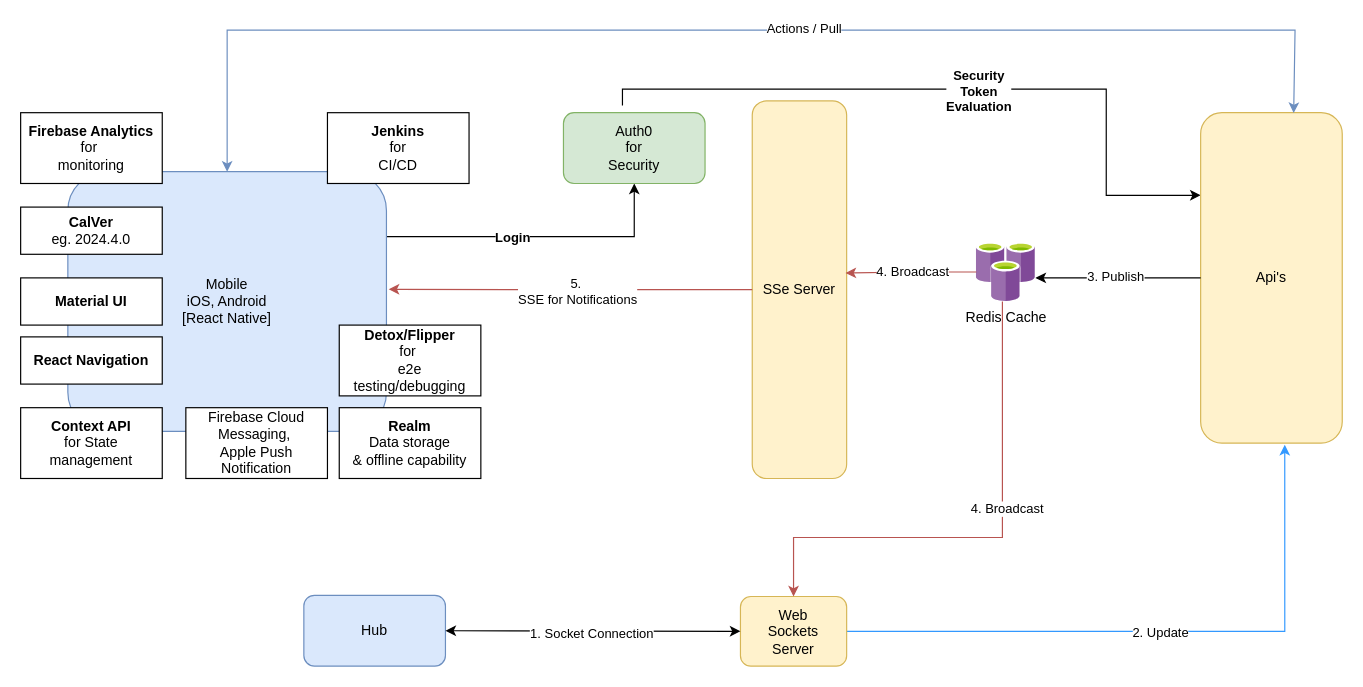
The draw.io diagram page "Mobile" (2 of 7) of diagrams/Untitled Diagram.drawio in nadusumilli/mobileArch, before the edit. Source tidied: cells renumbered, new cells numbered last; positions are measured from the earlier drawing's top-left corner, leaving out a move shared by most shapes. Both pictures are drawn from the tidied source at 118%, with x=0, y=0 at pixel (20, 30).
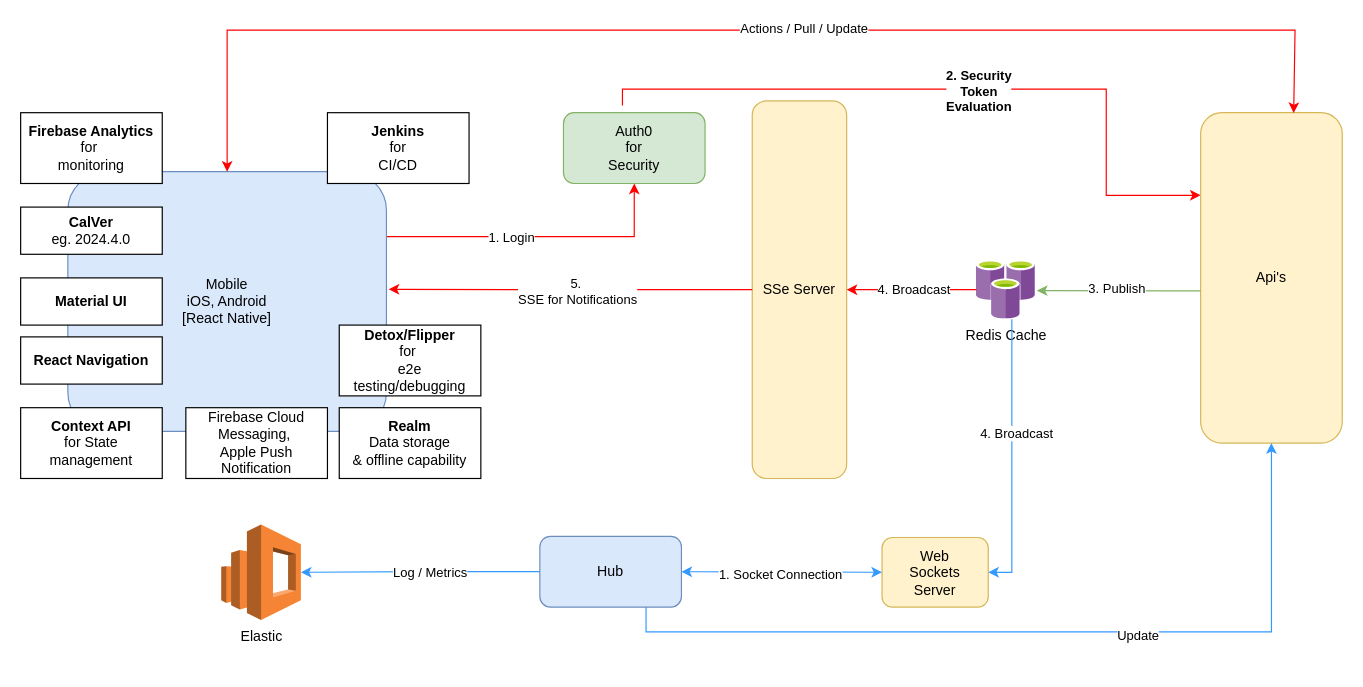
Above is the later version.

Unchanged cells that the change refers to:
```xml
<mxCell id="4" value="Mobile&lt;div&gt;iOS, Android&lt;br&gt;&lt;div&gt;[React Native]&lt;/div&gt;&lt;/div&gt;" style="rounded=1;whiteSpace=wrap;html=1;fillColor=#dae8fc;strokeColor=#6c8ebf;" parent="1" vertex="1">
  <mxGeometry x="40" y="120" width="270" height="220" as="geometry" />
</mxCell>
<mxCell id="8" value="SSe Server" style="rounded=1;whiteSpace=wrap;html=1;fillColor=#fff2cc;strokeColor=#d6b656;" parent="1" vertex="1">
  <mxGeometry x="620" y="60" width="80" height="320" as="geometry" />
</mxCell>
<mxCell id="15" value="Auth0&lt;div&gt;for&lt;/div&gt;&lt;div&gt;Security&lt;/div&gt;" style="rounded=1;whiteSpace=wrap;html=1;fillColor=#d5e8d4;strokeColor=#82b366;" parent="1" vertex="1">
  <mxGeometry x="460" y="70" width="120" height="60" as="geometry" />
</mxCell>
<mxCell id="21" value="Api's" style="rounded=1;whiteSpace=wrap;html=1;fillColor=#fff2cc;strokeColor=#d6b656;" parent="1" vertex="1">
  <mxGeometry x="1000" y="70" width="120" height="280" as="geometry" />
</mxCell>
```

What changed in the source:
```diff
@@
-    <mxCell id="2" style="edgeStyle=orthogonalEdgeStyle;rounded=0;jettySize=auto;html=1;exitX=1;exitY=0.25;exitDx=0;exitDy=0;entryX=0.5;entryY=1;entryDx=0;entryDy=0;" parent="1" edge="1" source="4" target="15">
+    <mxCell id="2" style="edgeStyle=orthogonalEdgeStyle;rounded=0;jettySize=auto;html=1;exitX=1;exitY=0.25;exitDx=0;exitDy=0;entryX=0.5;entryY=1;entryDx=0;entryDy=0;strokeColor=#FF0000;" parent="1" edge="1" source="4" target="15">
       <mxGeometry relative="1" as="geometry" />
     </mxCell>
-    <mxCell id="3" value="&lt;b&gt;Login&lt;/b&gt;" style="edgeLabel;html=1;align=center;verticalAlign=middle;" parent="2" vertex="1">
-      <mxGeometry x="-0.17" relative="1" as="geometry" />
+    <mxCell id="3" value="1. Login" style="edgeLabel;html=1;align=center;verticalAlign=middle;" parent="2" vertex="1">
+      <mxGeometry x="-0.17" relative="1" as="geometry">
+        <mxPoint x="-1" as="offset" />
+      </mxGeometry>
     </mxCell>
@@
-    <mxCell id="6" style="edgeStyle=orthogonalEdgeStyle;rounded=0;jettySize=auto;html=1;exitX=1;exitY=0.25;exitDx=0;exitDy=0;entryX=0;entryY=0.25;entryDx=0;entryDy=0;" parent="1" edge="1" target="21">
+    <mxCell id="6" style="edgeStyle=orthogonalEdgeStyle;rounded=0;jettySize=auto;html=1;exitX=1;exitY=0.25;exitDx=0;exitDy=0;entryX=0;entryY=0.25;entryDx=0;entryDy=0;strokeColor=#FF0000;" parent="1" edge="1" target="21">
       <mxGeometry relative="1" as="geometry">
         <mxPoint x="510" y="64" as="sourcePoint" />
         <Array as="points">
           <mxPoint x="510" y="50" />
           <mxPoint x="920" y="50" />
           <mxPoint x="920" y="140" />
         </Array>
       </mxGeometry>
     </mxCell>
-    <mxCell id="7" value="&lt;b&gt;Security&lt;/b&gt;&lt;div&gt;&lt;b&gt;Token&lt;/b&gt;&lt;/div&gt;&lt;div&gt;&lt;b&gt;Evaluation&lt;/b&gt;&lt;/div&gt;" style="edgeLabel;html=1;align=center;verticalAlign=middle;" parent="6" vertex="1">
+    <mxCell id="7" value="&lt;b&gt;2.&amp;nbsp;&lt;/b&gt;&lt;b&gt;Security&lt;/b&gt;&lt;div&gt;&lt;div&gt;&lt;b&gt;Token&lt;/b&gt;&lt;/div&gt;&lt;div&gt;&lt;b&gt;Evaluation&lt;/b&gt;&lt;/div&gt;&lt;/div&gt;" style="edgeLabel;html=1;align=center;verticalAlign=middle;" parent="6" vertex="1">
       <mxGeometry x="0.06" y="-1" relative="1" as="geometry" />
     </mxCell>
@@
     <mxCell id="18" value="Redis Cache" style="image;sketch=0;html=1;points=[];align=center;fontSize=12;image=img/lib/mscae/Azure_Cache_for_Redis.svg;" parent="1" vertex="1">
-      <mxGeometry x="810" y="180" width="50" height="50" as="geometry" />
+      <mxGeometry x="810" y="195" width="50" height="50" as="geometry" />
     </mxCell>
-    <mxCell id="19" style="edgeStyle=orthogonalEdgeStyle;rounded=0;jettySize=auto;html=1;entryX=0.988;entryY=0.456;entryDx=0;entryDy=0;entryPerimeter=0;fillColor=#f8cecc;strokeColor=#b85450;" parent="1" edge="1" source="18" target="8">
+    <mxCell id="19" style="edgeStyle=orthogonalEdgeStyle;rounded=0;jettySize=auto;html=1;entryX=1;entryY=0.5;entryDx=0;entryDy=0;fillColor=#f8cecc;strokeColor=#FF0000;" parent="1" edge="1" source="18" target="8">
       <mxGeometry relative="1" as="geometry" />
     </mxCell>
@@
-    <mxCell id="22" style="edgeStyle=orthogonalEdgeStyle;rounded=0;jettySize=auto;html=1;entryX=1;entryY=0.6;entryDx=0;entryDy=0;entryPerimeter=0;" parent="1" edge="1" source="21" target="18">
-      <mxGeometry relative="1" as="geometry" />
+    <mxCell id="22" style="edgeStyle=orthogonalEdgeStyle;rounded=0;jettySize=auto;html=1;entryX=1.025;entryY=0.516;entryDx=0;entryDy=0;entryPerimeter=0;fillColor=#d5e8d4;strokeColor=#82b366;" parent="1" edge="1" source="21" target="18">
+      <mxGeometry relative="1" as="geometry">
+        <Array as="points">
+          <mxPoint x="970" y="221" />
+          <mxPoint x="970" y="221" />
+        </Array>
+      </mxGeometry>
     </mxCell>
@@
-    <mxCell id="24" value="Hub" style="rounded=1;whiteSpace=wrap;html=1;fillColor=#dae8fc;strokeColor=#6c8ebf;" parent="1" vertex="1">
-      <mxGeometry x="240" y="479" width="120" height="60" as="geometry" />
-    </mxCell>
-    <mxCell id="25" style="edgeStyle=orthogonalEdgeStyle;rounded=0;jettySize=auto;html=1;exitX=1;exitY=0.5;exitDx=0;exitDy=0;entryX=0.594;entryY=1.005;entryDx=0;entryDy=0;strokeColor=#3399FF;entryPerimeter=0;" parent="1" edge="1" source="27" target="21">
-      <mxGeometry relative="1" as="geometry" />
-    </mxCell>
-    <mxCell id="26" value="2. Update" style="edgeLabel;html=1;align=center;verticalAlign=middle;" parent="25" vertex="1">
-      <mxGeometry relative="1" as="geometry">
-        <mxPoint y="1" as="offset" />
-      </mxGeometry>
-    </mxCell>
-    <mxCell id="27" value="Web&lt;div&gt;Sockets&lt;/div&gt;&lt;div&gt;Server&lt;/div&gt;" style="rounded=1;whiteSpace=wrap;html=1;fillColor=#fff2cc;strokeColor=#d6b656;" parent="1" vertex="1">
-      <mxGeometry x="610" y="480" width="90" height="59" as="geometry" />
-    </mxCell>
-    <mxCell id="28" style="endArrow=classic;startArrow=classic;html=1;rounded=0;entryX=0;entryY=0.5;entryDx=0;entryDy=0;exitX=1;exitY=0.5;exitDx=0;exitDy=0;" parent="1" edge="1" source="24" target="27">
-      <mxGeometry relative="1" as="geometry" />
-    </mxCell>
-    <mxCell id="29" value="1. Socket Connection" style="edgeLabel;html=1;align=center;verticalAlign=middle;" parent="28" vertex="1">
-      <mxGeometry x="-0.01" y="-2" relative="1" as="geometry" />
-    </mxCell>
-    <mxCell id="30" style="edgeStyle=orthogonalEdgeStyle;rounded=0;jettySize=auto;html=1;strokeColor=#b85450;fillColor=#f8cecc;entryX=0.5;entryY=0;entryDx=0;entryDy=0;" parent="1" edge="1" source="18" target="27">
-      <mxGeometry relative="1" as="geometry">
-        <Array as="points">
-          <mxPoint x="832" y="430" />
-          <mxPoint x="655" y="430" />
-        </Array>
-      </mxGeometry>
-    </mxCell>
-    <mxCell id="31" value="4. Broadcast" style="edgeLabel;html=1;align=center;verticalAlign=middle;" parent="30" vertex="1">
-      <mxGeometry x="-0.18" y="3" relative="1" as="geometry" />
-    </mxCell>
-    <mxCell id="32" style="edgeStyle=orthogonalEdgeStyle;rounded=0;jettySize=auto;html=1;entryX=1.007;entryY=0.453;entryDx=0;entryDy=0;entryPerimeter=0;fillColor=#f8cecc;strokeColor=#b85450;" parent="1" edge="1" source="8" target="4">
+    <mxCell id="32" style="edgeStyle=orthogonalEdgeStyle;rounded=0;jettySize=auto;html=1;entryX=1.007;entryY=0.453;entryDx=0;entryDy=0;entryPerimeter=0;fillColor=#f8cecc;strokeColor=#FF0000;" parent="1" edge="1" source="8" target="4">
       <mxGeometry relative="1" as="geometry" />
     </mxCell>
@@
-    <mxCell id="34" style="endArrow=classic;startArrow=classic;html=1;rounded=0;entryX=0.657;entryY=0.001;entryDx=0;entryDy=0;exitX=0.5;exitY=0;exitDx=0;exitDy=0;entryPerimeter=0;fillColor=#dae8fc;strokeColor=#6c8ebf;" parent="1" edge="1" source="4" target="21">
+    <mxCell id="34" style="endArrow=classic;startArrow=classic;html=1;rounded=0;entryX=0.657;entryY=0.001;entryDx=0;entryDy=0;exitX=0.5;exitY=0;exitDx=0;exitDy=0;entryPerimeter=0;fillColor=#f8cecc;strokeColor=#FF0000;" parent="1" edge="1" source="4" target="21">
       <mxGeometry relative="1" as="geometry">
         <Array as="points">
           <mxPoint x="175" y="15" />
           <mxPoint x="175" />
           <mxPoint x="1080" />
         </Array>
       </mxGeometry>
     </mxCell>
-    <mxCell id="35" value="Actions / Pull" style="edgeLabel;html=1;align=center;verticalAlign=middle;" parent="34" vertex="1">
+    <mxCell id="35" value="Actions / Pull / Update" style="edgeLabel;html=1;align=center;verticalAlign=middle;" parent="34" vertex="1">
       <mxGeometry x="0.11" y="2" relative="1" as="geometry" />
     </mxCell>
+    <mxCell id="36" style="edgeStyle=orthogonalEdgeStyle;rounded=0;jettySize=auto;html=1;exitX=0.75;exitY=1;exitDx=0;exitDy=0;entryX=0.5;entryY=1;entryDx=0;entryDy=0;fillColor=#dae8fc;strokeColor=#3399FF;" parent="1" edge="1" source="24" target="21">
+      <mxGeometry relative="1" as="geometry">
+        <Array as="points">
+          <mxPoint x="530" y="510" />
+          <mxPoint x="1060" y="510" />
+        </Array>
+      </mxGeometry>
+    </mxCell>
+    <mxCell id="37" value="Update" style="edgeLabel;html=1;align=center;verticalAlign=middle;" parent="36" vertex="1">
+      <mxGeometry x="0.23" y="-2" relative="1" as="geometry" />
+    </mxCell>
+    <mxCell id="24" value="Hub" style="rounded=1;whiteSpace=wrap;html=1;fillColor=#dae8fc;strokeColor=#6c8ebf;" parent="1" vertex="1">
+      <mxGeometry x="440" y="429" width="120" height="60" as="geometry" />
+    </mxCell>
+    <mxCell id="27" value="Web&lt;div&gt;Sockets&lt;/div&gt;&lt;div&gt;Server&lt;/div&gt;" style="rounded=1;whiteSpace=wrap;html=1;fillColor=#fff2cc;strokeColor=#d6b656;" parent="1" vertex="1">
+      <mxGeometry x="730" y="430" width="90" height="59" as="geometry" />
+    </mxCell>
+    <mxCell id="28" style="endArrow=classic;startArrow=classic;html=1;rounded=0;entryX=0;entryY=0.5;entryDx=0;entryDy=0;exitX=1;exitY=0.5;exitDx=0;exitDy=0;fillColor=#dae8fc;strokeColor=#3399FF;" parent="1" edge="1" source="24" target="27">
+      <mxGeometry relative="1" as="geometry" />
+    </mxCell>
+    <mxCell id="29" value="1. Socket Connection" style="edgeLabel;html=1;align=center;verticalAlign=middle;" parent="28" vertex="1">
+      <mxGeometry x="-0.01" y="-2" relative="1" as="geometry" />
+    </mxCell>
+    <mxCell id="38" style="edgeStyle=orthogonalEdgeStyle;rounded=0;jettySize=auto;html=1;exitX=0;exitY=0.5;exitDx=0;exitDy=0;fillColor=#dae8fc;strokeColor=#3399FF;entryX=1;entryY=0.5;entryDx=0;entryDy=0;entryPerimeter=0;" parent="1" edge="1" source="24" target="40">
+      <mxGeometry relative="1" as="geometry" />
+    </mxCell>
+    <mxCell id="39" value="Log / Metrics" style="edgeLabel;html=1;align=center;verticalAlign=middle;" parent="38" vertex="1">
+      <mxGeometry x="-0.07" relative="1" as="geometry" />
+    </mxCell>
+    <mxCell id="40" value="Elastic" style="outlineConnect=0;dashed=0;verticalLabelPosition=bottom;verticalAlign=top;align=center;html=1;shape=mxgraph.aws3.elasticsearch_service;fillColor=#F58534;gradientColor=none;" parent="1" vertex="1">
+      <mxGeometry x="170" y="419" width="67.5" height="81" as="geometry" />
+    </mxCell>
+    <mxCell id="30" style="edgeStyle=orthogonalEdgeStyle;rounded=0;jettySize=auto;html=1;entryX=1;entryY=0.5;entryDx=0;entryDy=0;strokeColor=#3399FF;fillColor=#dae8fc;" parent="1" edge="1" source="18" target="27">
+      <mxGeometry relative="1" as="geometry">
+        <Array as="points">
+          <mxPoint x="840" y="460" />
+        </Array>
+      </mxGeometry>
+    </mxCell>
+    <mxCell id="31" value="4. Broadcast" style="edgeLabel;html=1;align=center;verticalAlign=middle;" parent="30" vertex="1">
+      <mxGeometry x="-0.18" y="3" relative="1" as="geometry" />
+    </mxCell>
```
